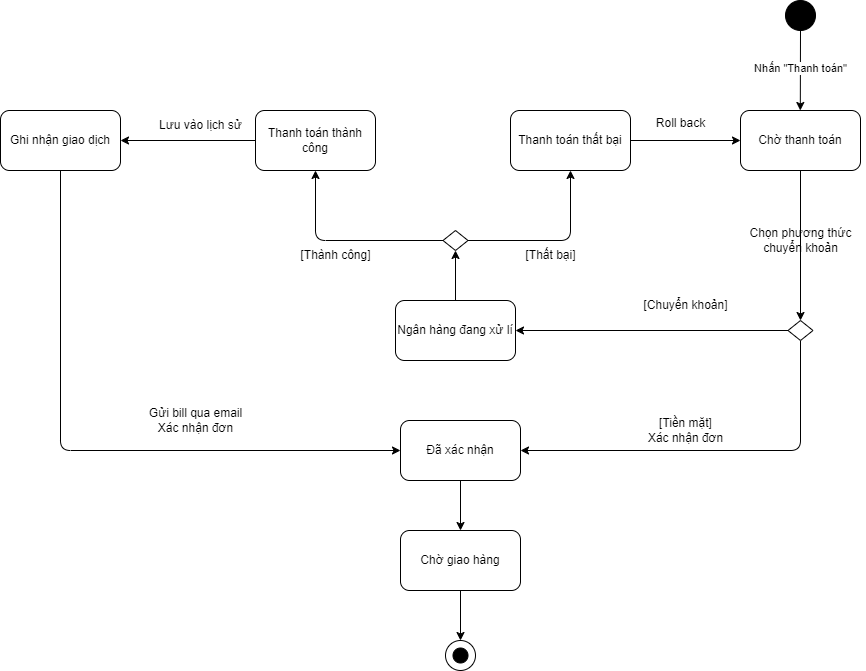
Before: Sate Machine Diagram/Cart_Checkout.drawio.png, a diagram exported from draw.io (NguyenThaiDung2003/IT3120Nhom11). Source tidied: cells renumbered, new cells last; positions are measured from the earlier drawing's top-left corner, leaving out a move shared by most shapes.
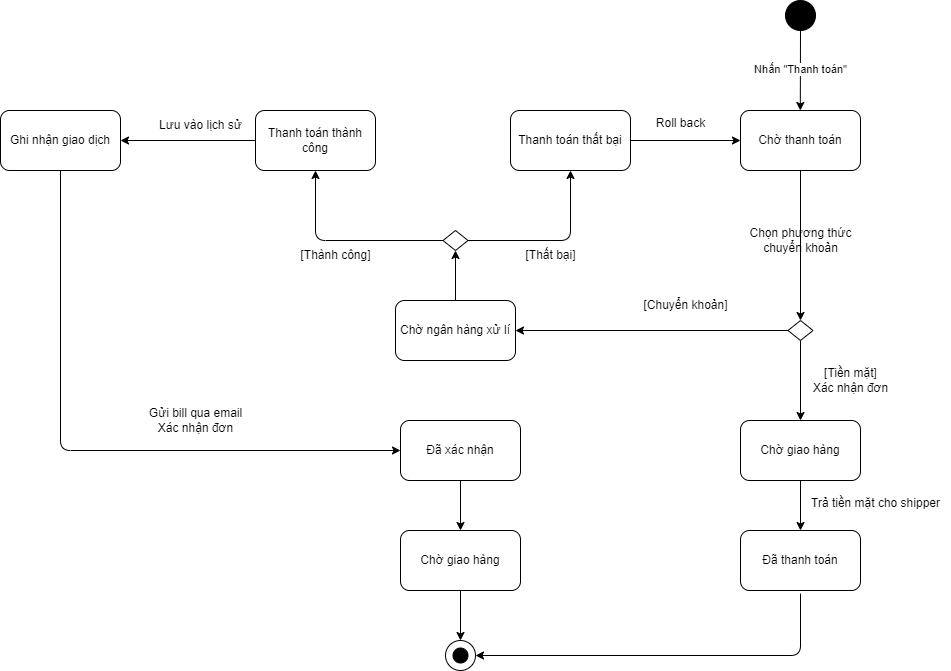
Later version of the same file.

Commit message:
Chỉnh sử máy trạng thái ( Thnah toán và giỏ hàng)

Change to the diagram source:
```diff
@@ -11,7 +11,7 @@
     <mxCell id="4" value="Chờ thanh toán" style="rounded=1;whiteSpace=wrap;html=1;" parent="1" vertex="1">
       <mxGeometry x="740" y="110" width="120" height="60" as="geometry" />
     </mxCell>
-    <mxCell id="5" value="Ngân hàng đang xử lí" style="rounded=1;whiteSpace=wrap;html=1;" parent="1" vertex="1">
+    <mxCell id="5" value="Chờ ngân hàng xử lí" style="rounded=1;whiteSpace=wrap;html=1;" parent="1" vertex="1">
       <mxGeometry x="395" y="300" width="120" height="60" as="geometry" />
     </mxCell>
     <mxCell id="6" style="ellipse;whiteSpace=wrap;html=1;fillColor=#000000;" parent="1" vertex="1">
@@ -48,15 +48,11 @@
     <mxCell id="15" style="ellipse;whiteSpace=wrap;html=1;" parent="1" vertex="1">
       <mxGeometry x="445" y="640" width="30" height="30" as="geometry" />
     </mxCell>
-    <mxCell id="16" style="endArrow=classic;html=1;exitX=0.5;exitY=1;exitDx=0;exitDy=0;entryX=1;entryY=0.5;entryDx=0;entryDy=0;" parent="1" edge="1" source="24" target="32">
-      <mxGeometry relative="1" as="geometry">
-        <Array as="points">
-          <mxPoint x="800" y="450" />
-        </Array>
-      </mxGeometry>
+    <mxCell id="16" style="endArrow=classic;html=1;exitX=0.5;exitY=1;exitDx=0;exitDy=0;entryX=0.5;entryY=0;entryDx=0;entryDy=0;" parent="1" edge="1" source="24" target="35">
+      <mxGeometry relative="1" as="geometry" />
     </mxCell>
     <mxCell id="17" value="[Tiền mặt]&lt;br&gt;&lt;div&gt;&lt;span style=&quot;background-color: transparent;&quot;&gt;Xác nhận đơn&lt;/span&gt;&lt;/div&gt;" style="text;html=1;align=center;verticalAlign=middle;strokeColor=none;fillColor=none;" parent="1" vertex="1">
-      <mxGeometry x="635" y="410" width="100" height="40" as="geometry" />
+      <mxGeometry x="800" y="360" width="100" height="40" as="geometry" />
     </mxCell>
     <mxCell id="18" style="ellipse;whiteSpace=wrap;html=1;fillColor=#000000;" parent="1" vertex="1">
       <mxGeometry x="452.5" y="647.5" width="15" height="15" as="geometry" />
@@ -121,5 +117,25 @@
     <mxCell id="34" value="Roll back" style="text;html=1;align=center;verticalAlign=middle;strokeColor=none;fillColor=none;" parent="1" vertex="1">
       <mxGeometry x="645" y="108" width="70" height="30" as="geometry" />
     </mxCell>
+    <mxCell id="35" value="Chờ giao hàng" style="rounded=1;whiteSpace=wrap;html=1;" parent="1" vertex="1">
+      <mxGeometry x="740" y="420" width="120" height="60" as="geometry" />
+    </mxCell>
+    <mxCell id="36" style="endArrow=classic;html=1;exitX=0.5;exitY=1;exitDx=0;exitDy=0;entryX=0.5;entryY=0;entryDx=0;entryDy=0;" parent="1" edge="1" source="35" target="37">
+      <mxGeometry relative="1" as="geometry" />
+    </mxCell>
+    <mxCell id="37" value="Đã thanh toán" style="rounded=1;whiteSpace=wrap;html=1;" parent="1" vertex="1">
+      <mxGeometry x="740" y="530" width="120" height="60" as="geometry" />
+    </mxCell>
+    <mxCell id="38" style="endArrow=classic;html=1;exitX=0.5;exitY=1;exitDx=0;exitDy=0;entryX=1;entryY=0.5;entryDx=0;entryDy=0;" parent="1" edge="1" target="15">
+      <mxGeometry relative="1" as="geometry">
+        <mxPoint x="800" y="593.1" as="sourcePoint" />
+        <Array as="points">
+          <mxPoint x="800" y="655" />
+        </Array>
+      </mxGeometry>
+    </mxCell>
+    <mxCell id="39" value="Trả tiền mặt cho shipper" style="text;html=1;align=center;verticalAlign=middle;strokeColor=none;fillColor=none;" parent="1" vertex="1">
+      <mxGeometry x="800" y="488" width="150" height="30" as="geometry" />
+    </mxCell>
   </root>
 </mxGraphModel>
```
